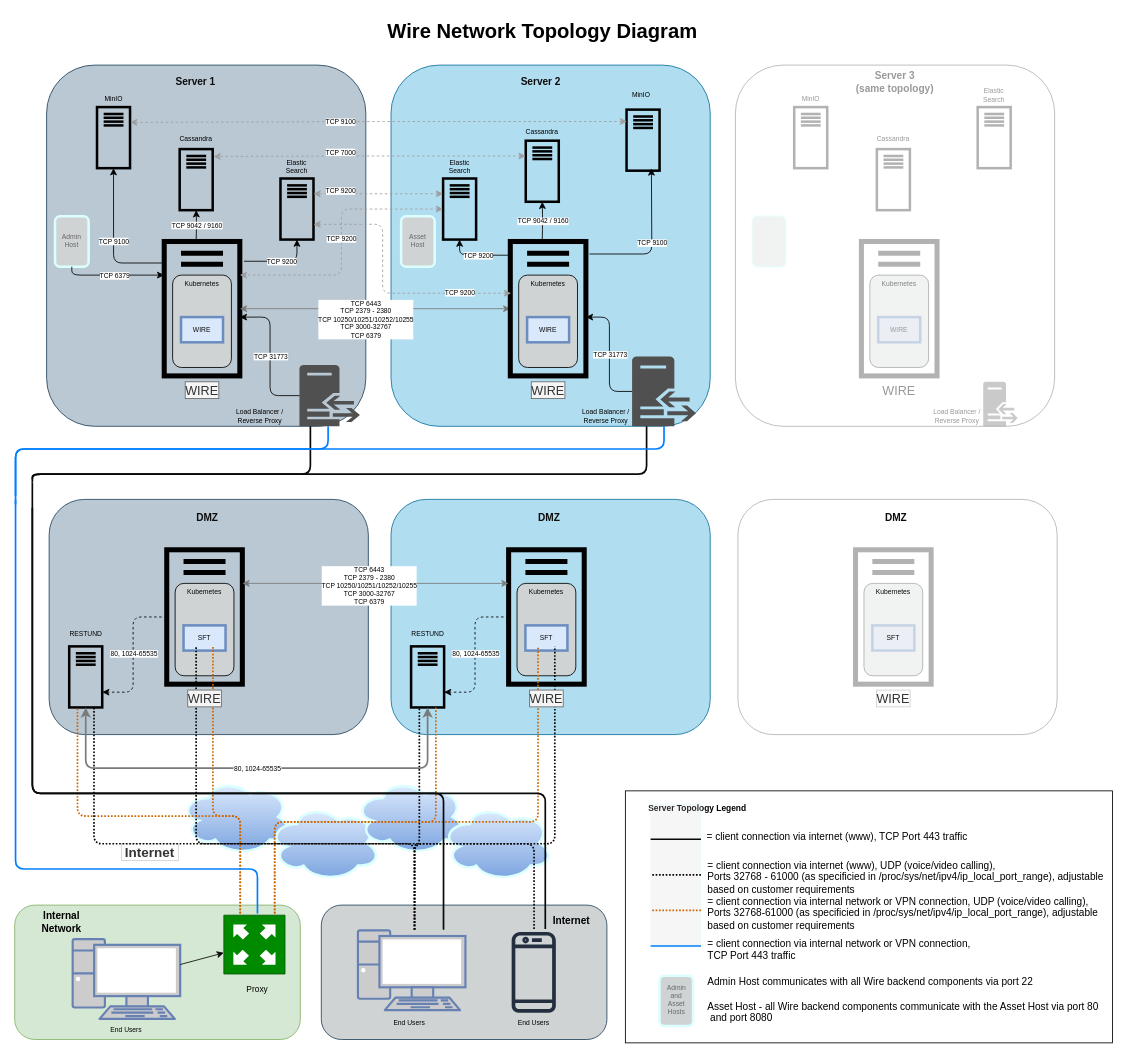
This is src/how-to/install/img/dmz-network-topology.drawio from wireapp/wire-docs, a draw.io file, before an edit. Source tidied: cells renumbered, new cells numbered last; positions are measured from the earlier drawing's top-left corner, leaving out a move shared by most shapes. Both pictures are drawn from the tidied source at 84%, with x=0, y=0 at pixel (14, 14).
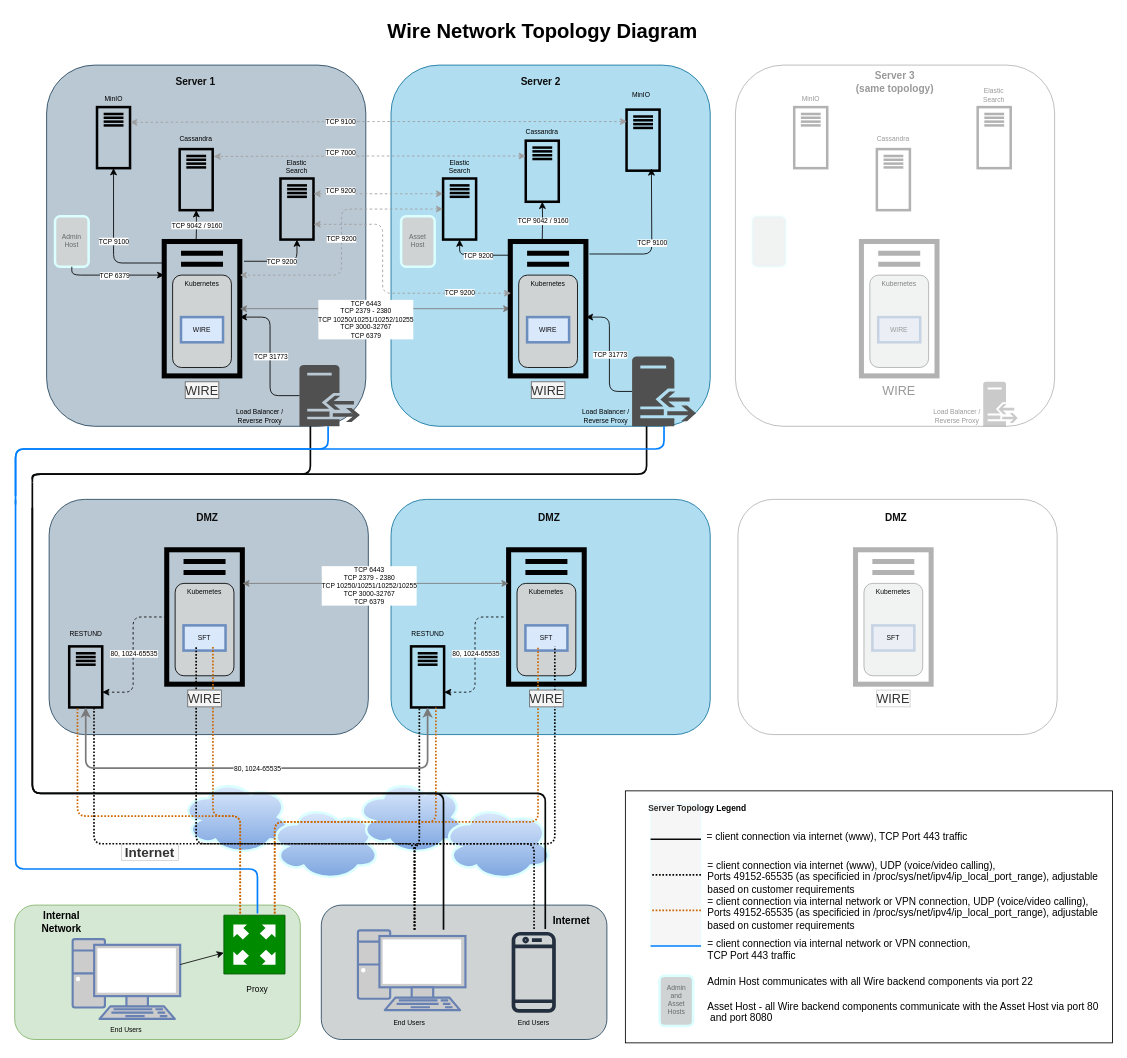
The same diagram, later.

Commit message (it also covers changes not shown here):
Update ports in DMZ diagram

Diff of the diagram source:
```diff
@@
-    <mxCell id="173" value="&lt;div style=&quot;font-size: 12px&quot;&gt;= client connection via internet (www), UDP (voice/video calling),&lt;/div&gt;&lt;div style=&quot;font-size: 12px&quot;&gt;Ports 32768 - 61000 (as specificied in /proc/sys/net/ipv4/ip_local_port_range), adjustable based on customer requirements&lt;br style=&quot;font-size: 12px&quot;&gt;&lt;/div&gt;" style="text;html=1;strokeColor=none;fillColor=none;align=left;verticalAlign=middle;whiteSpace=wrap;rounded=0;fontSize=12;fontColor=#000000;opacity=20;" parent="1" vertex="1">
+    <mxCell id="173" value="&lt;div style=&quot;font-size: 12px&quot;&gt;= client connection via internet (www), UDP (voice/video calling),&lt;/div&gt;&lt;div style=&quot;font-size: 12px&quot;&gt;Ports&amp;nbsp;&lt;span&gt;&lt;span&gt;&lt;span&gt;49152-65535&lt;/span&gt;&lt;/span&gt;&lt;/span&gt;&amp;nbsp;(as specificied in /proc/sys/net/ipv4/ip_local_port_range), adjustable based on customer requirements&lt;br style=&quot;font-size: 12px&quot;&gt;&lt;/div&gt;" style="text;html=1;strokeColor=none;fillColor=none;align=left;verticalAlign=middle;whiteSpace=wrap;rounded=0;fontSize=12;fontColor=#000000;opacity=20;" parent="1" vertex="1">
       <mxGeometry x="823" y="1002" width="484" height="50" as="geometry" />
     </mxCell>
@@
-    <mxCell id="175" value="= client connection via internal network or VPN connection, UDP (voice/video calling),&amp;nbsp;&amp;nbsp;&amp;nbsp;&amp;nbsp;&amp;nbsp;&amp;nbsp;&amp;nbsp;&amp;nbsp; Ports 32768-61000 (as specificied in /proc/sys/net/ipv4/ip_local_port_range), adjustable based on customer requirements" style="text;html=1;strokeColor=none;fillColor=none;align=left;verticalAlign=middle;whiteSpace=wrap;rounded=0;fontSize=12;fontColor=#000000;opacity=20;" parent="1" vertex="1">
+    <mxCell id="175" value="= client connection via internal network or VPN connection, UDP (voice/video calling),&amp;nbsp;&amp;nbsp;&amp;nbsp;&amp;nbsp;&amp;nbsp;&amp;nbsp;&amp;nbsp;&amp;nbsp; Ports&amp;nbsp;&lt;span&gt;&lt;span&gt;&lt;span&gt;49152-65535&lt;/span&gt;&lt;/span&gt;&lt;/span&gt;&amp;nbsp;(as specificied in /proc/sys/net/ipv4/ip_local_port_range), adjustable based on customer requirements" style="text;html=1;strokeColor=none;fillColor=none;align=left;verticalAlign=middle;whiteSpace=wrap;rounded=0;fontSize=12;fontColor=#000000;opacity=20;" parent="1" vertex="1">
       <mxGeometry x="823" y="1045" width="484" height="50" as="geometry" />
     </mxCell>
```
